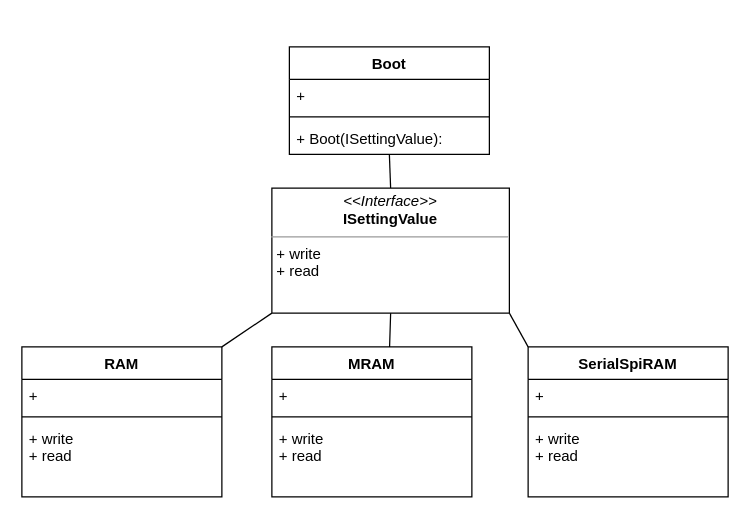
grace2riku/solid_principle_example keeps this draw.io diagram as 3_dependency_inversion_principle/前回設定値の反映class.drawio. Above is the earlier version. Source tidied: cells renumbered, new cells numbered last; positions are measured from the earlier drawing's top-left corner, leaving out a move shared by most shapes. Both pictures are drawn from the tidied source at 125%, with x=0, y=0 at pixel (21, 46).
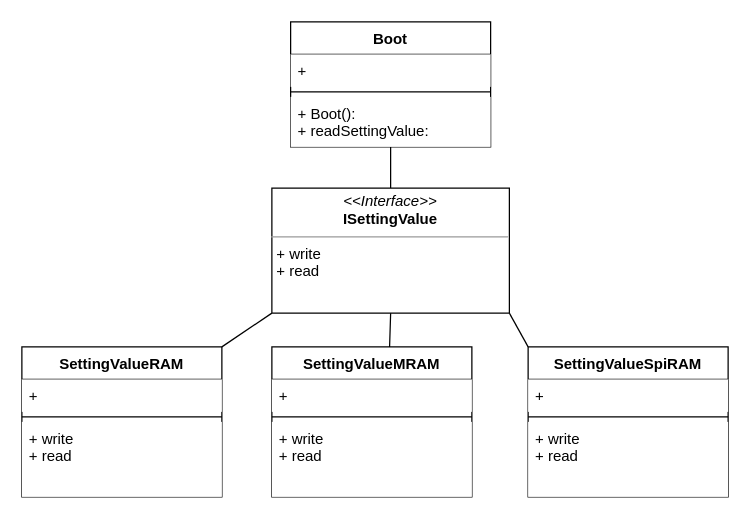
The same diagram, later.

Commit message (it also covers changes not shown here):
原則に則ったクラス図、ソースコードを追加

The edit, as a diff of the source:
```diff
@@
     <mxCell id="3" value="Boot" style="swimlane;fontStyle=1;align=center;verticalAlign=top;horizontal=1;startSize=26;" parent="1" vertex="1">
-      <mxGeometry x="214" width="160" height="86" as="geometry" />
+      <mxGeometry x="215" y="-20" width="160" height="100" as="geometry" />
     </mxCell>
-    <mxCell id="4" value="+ " style="text;strokeColor=none;fillColor=none;align=left;verticalAlign=top;spacingLeft=4;spacingRight=4;overflow=hidden;" parent="3" vertex="1">
+    <mxCell id="4" value="+ " style="text;strokeColor=none;fillColor=default;align=left;verticalAlign=top;spacingLeft=4;spacingRight=4;overflow=hidden;" parent="3" vertex="1">
       <mxGeometry y="26" width="160" height="26" as="geometry" />
     </mxCell>
@@
-    <mxCell id="6" value="+ Boot(ISettingValue):" style="text;strokeColor=none;fillColor=none;align=left;verticalAlign=top;spacingLeft=4;spacingRight=4;overflow=hidden;" parent="3" vertex="1">
-      <mxGeometry y="60" width="160" height="26" as="geometry" />
+    <mxCell id="6" value="+ Boot():&#10;+ readSettingValue:" style="text;strokeColor=none;fillColor=default;align=left;verticalAlign=top;spacingLeft=4;spacingRight=4;overflow=hidden;" parent="3" vertex="1">
+      <mxGeometry y="60" width="160" height="40" as="geometry" />
     </mxCell>
@@
-    <mxCell id="11" value="SerialSpiRAM" style="swimlane;fontStyle=1;align=center;verticalAlign=top;horizontal=1;startSize=26;" parent="1" vertex="1">
+    <mxCell id="11" value="SettingValueSpiRAM" style="swimlane;fontStyle=1;align=center;verticalAlign=top;horizontal=1;startSize=26;" parent="1" vertex="1">
       <mxGeometry x="405" y="240" width="160" height="120" as="geometry" />
     </mxCell>
-    <mxCell id="12" value="+  " style="text;strokeColor=none;fillColor=none;align=left;verticalAlign=top;spacingLeft=4;spacingRight=4;overflow=hidden;" parent="11" vertex="1">
+    <mxCell id="12" value="+  " style="text;strokeColor=none;fillColor=default;align=left;verticalAlign=top;spacingLeft=4;spacingRight=4;overflow=hidden;" parent="11" vertex="1">
       <mxGeometry y="26" width="160" height="26" as="geometry" />
     </mxCell>
@@
-    <mxCell id="14" value="+ write&#10;+ read" style="text;strokeColor=none;fillColor=none;align=left;verticalAlign=top;spacingLeft=4;spacingRight=4;overflow=hidden;" parent="11" vertex="1">
+    <mxCell id="14" value="+ write&#10;+ read" style="text;strokeColor=none;fillColor=default;align=left;verticalAlign=top;spacingLeft=4;spacingRight=4;overflow=hidden;" parent="11" vertex="1">
       <mxGeometry y="60" width="160" height="60" as="geometry" />
     </mxCell>
-    <mxCell id="15" value="RAM" style="swimlane;fontStyle=1;align=center;verticalAlign=top;horizontal=1;startSize=26;" parent="1" vertex="1">
+    <mxCell id="15" value="SettingValueRAM" style="swimlane;fontStyle=1;align=center;verticalAlign=top;horizontal=1;startSize=26;" parent="1" vertex="1">
       <mxGeometry y="240" width="160" height="120" as="geometry" />
     </mxCell>
-    <mxCell id="16" value="+  " style="text;strokeColor=none;fillColor=none;align=left;verticalAlign=top;spacingLeft=4;spacingRight=4;overflow=hidden;" parent="15" vertex="1">
+    <mxCell id="16" value="+  " style="text;strokeColor=none;fillColor=default;align=left;verticalAlign=top;spacingLeft=4;spacingRight=4;overflow=hidden;" parent="15" vertex="1">
       <mxGeometry y="26" width="160" height="26" as="geometry" />
     </mxCell>
@@
-    <mxCell id="18" value="+ write&#10;+ read" style="text;strokeColor=none;fillColor=none;align=left;verticalAlign=top;spacingLeft=4;spacingRight=4;overflow=hidden;" parent="15" vertex="1">
+    <mxCell id="18" value="+ write&#10;+ read" style="text;strokeColor=none;fillColor=default;align=left;verticalAlign=top;spacingLeft=4;spacingRight=4;overflow=hidden;" parent="15" vertex="1">
       <mxGeometry y="60" width="160" height="60" as="geometry" />
     </mxCell>
-    <mxCell id="19" value="MRAM" style="swimlane;fontStyle=1;align=center;verticalAlign=top;horizontal=1;startSize=26;" parent="1" vertex="1">
+    <mxCell id="19" value="SettingValueMRAM" style="swimlane;fontStyle=1;align=center;verticalAlign=top;horizontal=1;startSize=26;" parent="1" vertex="1">
       <mxGeometry x="200" y="240" width="160" height="120" as="geometry" />
     </mxCell>
-    <mxCell id="20" value="+  " style="text;strokeColor=none;fillColor=none;align=left;verticalAlign=top;spacingLeft=4;spacingRight=4;overflow=hidden;" parent="19" vertex="1">
+    <mxCell id="20" value="+  " style="text;strokeColor=none;fillColor=default;align=left;verticalAlign=top;spacingLeft=4;spacingRight=4;overflow=hidden;" parent="19" vertex="1">
       <mxGeometry y="26" width="160" height="26" as="geometry" />
     </mxCell>
@@
-    <mxCell id="22" value="+ write&#10;+ read" style="text;strokeColor=none;fillColor=none;align=left;verticalAlign=top;spacingLeft=4;spacingRight=4;overflow=hidden;" parent="19" vertex="1">
+    <mxCell id="22" value="+ write&#10;+ read" style="text;strokeColor=none;fillColor=default;align=left;verticalAlign=top;spacingLeft=4;spacingRight=4;overflow=hidden;" parent="19" vertex="1">
       <mxGeometry y="60" width="160" height="60" as="geometry" />
     </mxCell>
```
